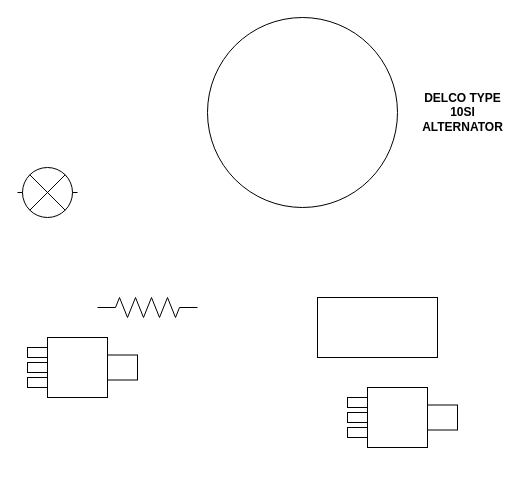
This is International 300U w 12V alternator neg ground.drawio from technomancer-101/tractor-wiring, a draw.io file, before an edit. Source tidied: cells renumbered, new cells numbered last; positions are measured from the earlier drawing's top-left corner, leaving out a move shared by most shapes. Both pictures are drawn from the tidied source at 100%, with x=0, y=0 at pixel (17, 17).
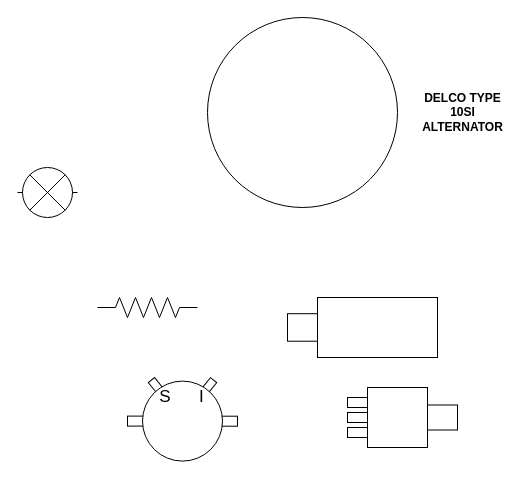
After the change.

The edit, as a diff of the source:
```diff
@@
-    <mxCell id="6" style="rounded=0;whiteSpace=wrap;html=1;" parent="1" vertex="1">
-      <mxGeometry x="300" y="280" width="120" height="60" as="geometry" />
-    </mxCell>
@@
-    <mxCell id="13" style="group;" parent="1" vertex="1">
-      <mxGeometry x="10" y="320" width="110" height="60" as="geometry" />
-    </mxCell>
-    <mxCell id="14" style="whiteSpace=wrap;html=1;" parent="13" vertex="1">
-      <mxGeometry x="20" width="60" height="60" as="geometry" />
-    </mxCell>
-    <mxCell id="15" style="rounded=0;whiteSpace=wrap;html=1;" parent="13" vertex="1">
-      <mxGeometry y="10" width="20" height="10" as="geometry" />
-    </mxCell>
-    <mxCell id="16" style="rounded=0;whiteSpace=wrap;html=1;" parent="13" vertex="1">
-      <mxGeometry y="25" width="20" height="10" as="geometry" />
-    </mxCell>
-    <mxCell id="17" style="rounded=0;whiteSpace=wrap;html=1;" parent="13" vertex="1">
-      <mxGeometry y="40" width="20" height="10" as="geometry" />
-    </mxCell>
-    <mxCell id="18" style="rounded=0;whiteSpace=wrap;html=1;" parent="13" vertex="1">
-      <mxGeometry x="80" y="17.5" width="30" height="25" as="geometry" />
-    </mxCell>
+    <mxCell id="19" style="group;" parent="1" vertex="1">
+      <mxGeometry x="270" y="280" width="150" height="60" as="geometry" />
+    </mxCell>
+    <mxCell id="6" style="rounded=0;whiteSpace=wrap;html=1;" parent="19" vertex="1">
+      <mxGeometry x="30" width="120" height="60" as="geometry" />
+    </mxCell>
+    <mxCell id="20" style="rounded=0;whiteSpace=wrap;html=1;" parent="19" vertex="1">
+      <mxGeometry y="16.2" width="30" height="27.5" as="geometry" />
+    </mxCell>
+    <mxCell id="21" style="group;" parent="1" vertex="1">
+      <mxGeometry x="110" y="360" width="110" height="83.6" as="geometry" />
+    </mxCell>
+    <mxCell id="22" style="rounded=0;whiteSpace=wrap;html=1;rotation=51;direction=east;" parent="21" vertex="1">
+      <mxGeometry x="21.5" y="3.6" width="13" height="8" as="geometry" />
+    </mxCell>
+    <mxCell id="23" style="rounded=0;whiteSpace=wrap;html=1;" parent="21" vertex="1">
+      <mxGeometry y="38.6" width="20" height="10" as="geometry" />
+    </mxCell>
+    <mxCell id="24" style="group;flipH=1;flipV=0;" parent="21" vertex="1">
+      <mxGeometry x="15" y="0.1" width="95" height="83.6" as="geometry" />
+    </mxCell>
+    <mxCell id="25" style="rounded=0;whiteSpace=wrap;html=1;rotation=309;direction=east;flipH=1;flipV=0;" parent="24" vertex="1">
+      <mxGeometry x="60.5" y="3.6" width="13" height="8" as="geometry" />
+    </mxCell>
+    <mxCell id="26" style="rounded=0;whiteSpace=wrap;html=1;" parent="24" vertex="1">
+      <mxGeometry x="75" y="38.6" width="20" height="10" as="geometry" />
+    </mxCell>
+    <mxCell id="27" style="ellipse;whiteSpace=wrap;html=1;" parent="21" vertex="1">
+      <mxGeometry x="15" y="3.6" width="80" height="80" as="geometry" />
+    </mxCell>
+    <mxCell id="28" value="S&amp;nbsp;&amp;nbsp;&amp;nbsp;&amp;nbsp;&amp;nbsp; I" style="text;html=1;align=center;verticalAlign=middle;strokeColor=none;fillColor=none;fontSize=17;" parent="21" vertex="1">
+      <mxGeometry x="24" y="5" width="60" height="30" as="geometry" />
+    </mxCell>
```
